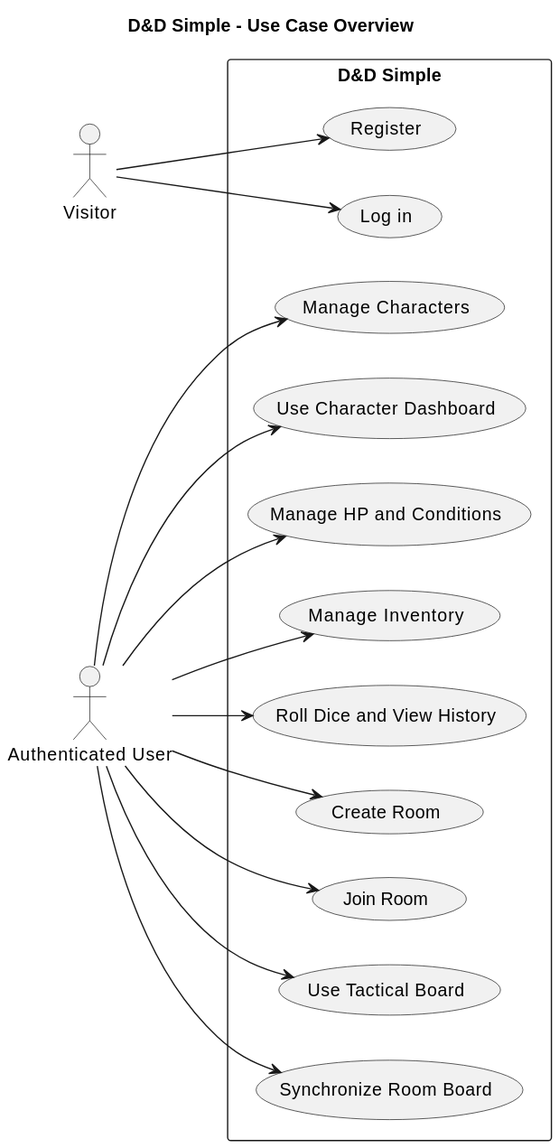
The PlantUML diagram docs/uml/use-case-overview.svg in LGalof/dd-simple, before a commit. The source it was exported from:
```plantuml
@startuml
title D&D Simple - Use Case Overview
left to right direction

actor Visitor
actor "Authenticated User" as AuthenticatedUser

rectangle "D&D Simple" {
  usecase "Register" as Register
  usecase "Log in" as Login
  usecase "Manage Characters" as ManageCharacters
  usecase "Use Character Dashboard" as Dashboard
  usecase "Manage HP and Conditions" as HpConditions
  usecase "Manage Inventory" as Inventory
  usecase "Roll Dice and View History" as Dice
  usecase "Create Room" as CreateRoom
  usecase "Join Room" as JoinRoom
  usecase "Use Tactical Board" as TacticalBoard
  usecase "Synchronize Room Board" as SyncBoard
}

Visitor --> Register
Visitor --> Login

AuthenticatedUser --> ManageCharacters
AuthenticatedUser --> Dashboard
AuthenticatedUser --> HpConditions
AuthenticatedUser --> Inventory
AuthenticatedUser --> Dice
AuthenticatedUser --> CreateRoom
AuthenticatedUser --> JoinRoom
AuthenticatedUser --> TacticalBoard
AuthenticatedUser --> SyncBoard
@enduml
```
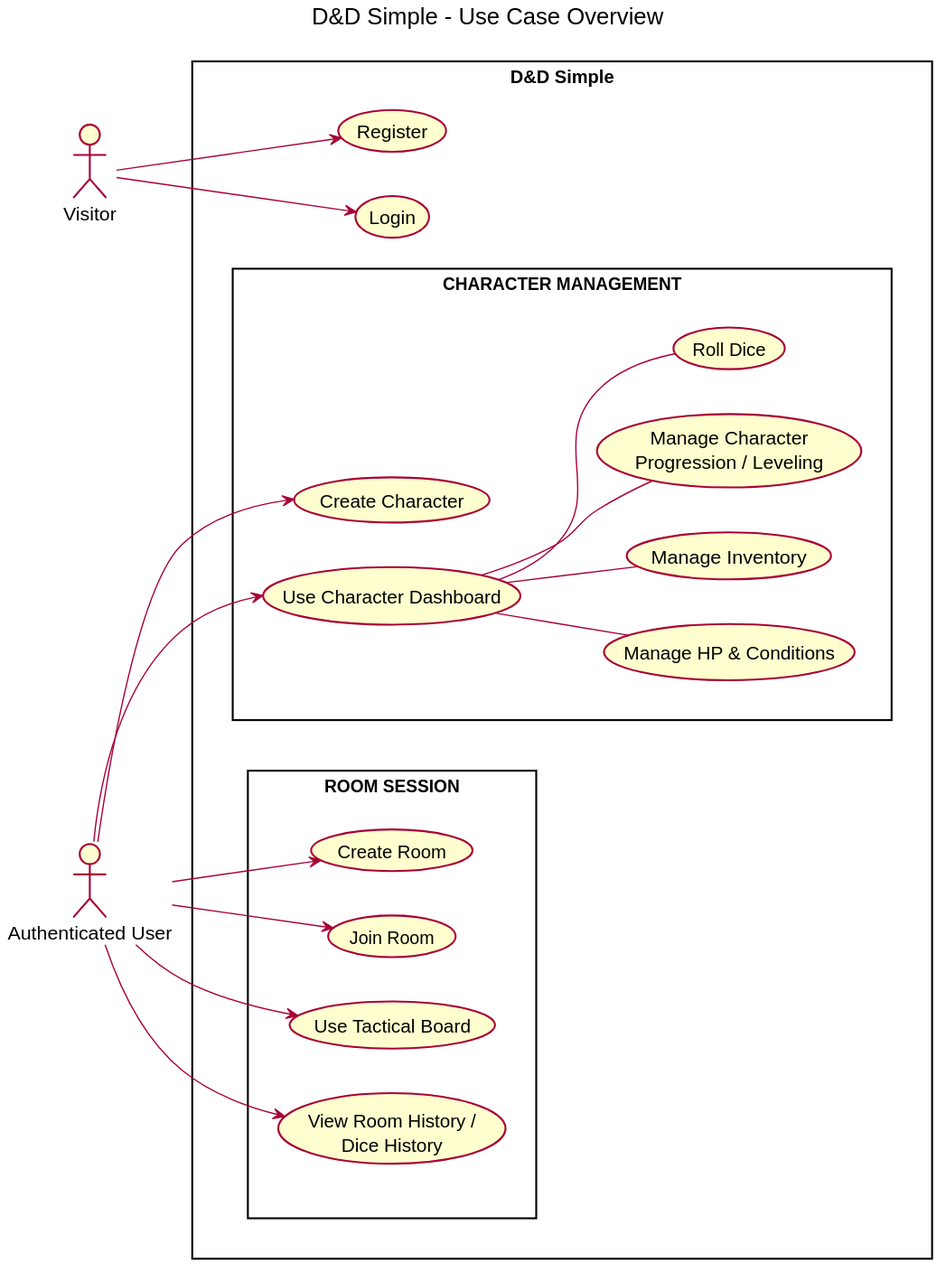
After the change.

Diff of the diagram source:
```diff
@@ -1,34 +1,48 @@
 @startuml
 title D&D Simple - Use Case Overview
 left to right direction
+
+skinparam backgroundColor #FFFFFF
+skinparam shadowing false
+skinparam packageStyle rectangle
 
 actor Visitor
 actor "Authenticated User" as AuthenticatedUser
 
 rectangle "D&D Simple" {
   usecase "Register" as Register
-  usecase "Log in" as Login
-  usecase "Manage Characters" as ManageCharacters
-  usecase "Use Character Dashboard" as Dashboard
-  usecase "Manage HP and Conditions" as HpConditions
-  usecase "Manage Inventory" as Inventory
-  usecase "Roll Dice and View History" as Dice
-  usecase "Create Room" as CreateRoom
-  usecase "Join Room" as JoinRoom
-  usecase "Use Tactical Board" as TacticalBoard
-  usecase "Synchronize Room Board" as SyncBoard
+  usecase "Login" as Login
+
+  rectangle "CHARACTER MANAGEMENT" as CharacterManagement {
+    usecase "Create Character" as CreateCharacter
+    usecase "Use Character Dashboard" as Dashboard
+    usecase "Manage HP & Conditions" as HpConditions
+    usecase "Manage Inventory" as Inventory
+    usecase "Manage Character\nProgression / Leveling" as Progression
+    usecase "Roll Dice" as Dice
+  }
+
+  rectangle "ROOM SESSION" as RoomSession {
+    usecase "Create Room" as CreateRoom
+    usecase "Join Room" as JoinRoom
+    usecase "Use Tactical Board" as TacticalBoard
+    usecase "View Room History /\nDice History" as RoomHistory
+  }
 }
 
 Visitor --> Register
 Visitor --> Login
 
-AuthenticatedUser --> ManageCharacters
+CharacterManagement -[hidden]right- RoomSession
+AuthenticatedUser --> CreateCharacter
 AuthenticatedUser --> Dashboard
-AuthenticatedUser --> HpConditions
-AuthenticatedUser --> Inventory
-AuthenticatedUser --> Dice
 AuthenticatedUser --> CreateRoom
 AuthenticatedUser --> JoinRoom
 AuthenticatedUser --> TacticalBoard
-AuthenticatedUser --> SyncBoard
+AuthenticatedUser --> RoomHistory
+
+Dashboard -- HpConditions
+Dashboard -- Inventory
+Dashboard -- Progression
+Dashboard -- Dice
 @enduml
```
